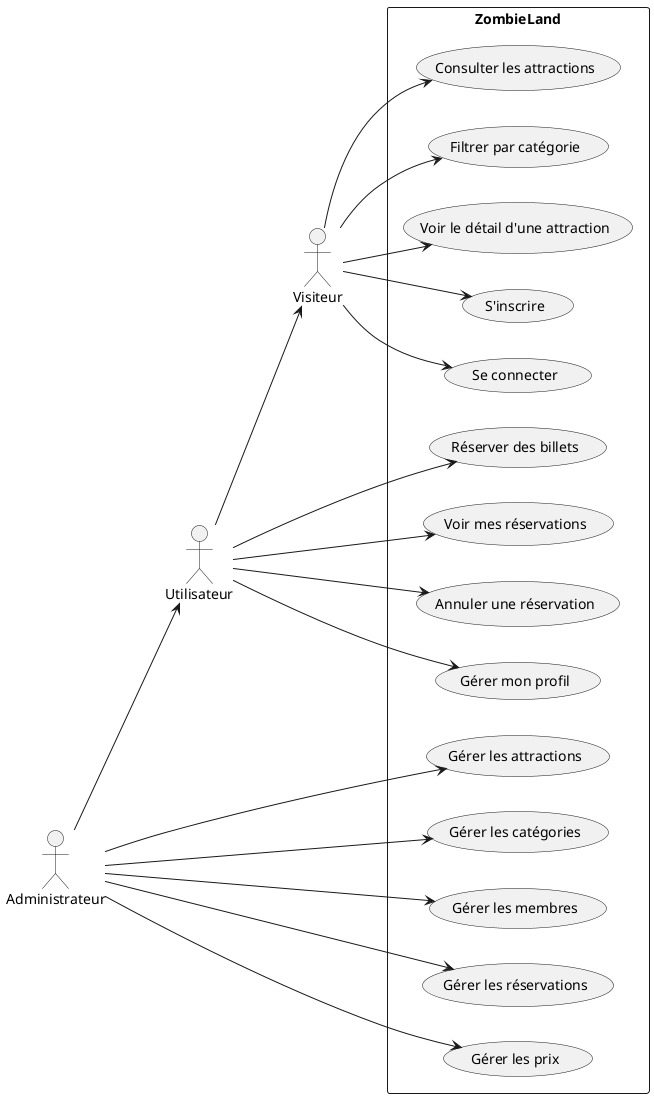
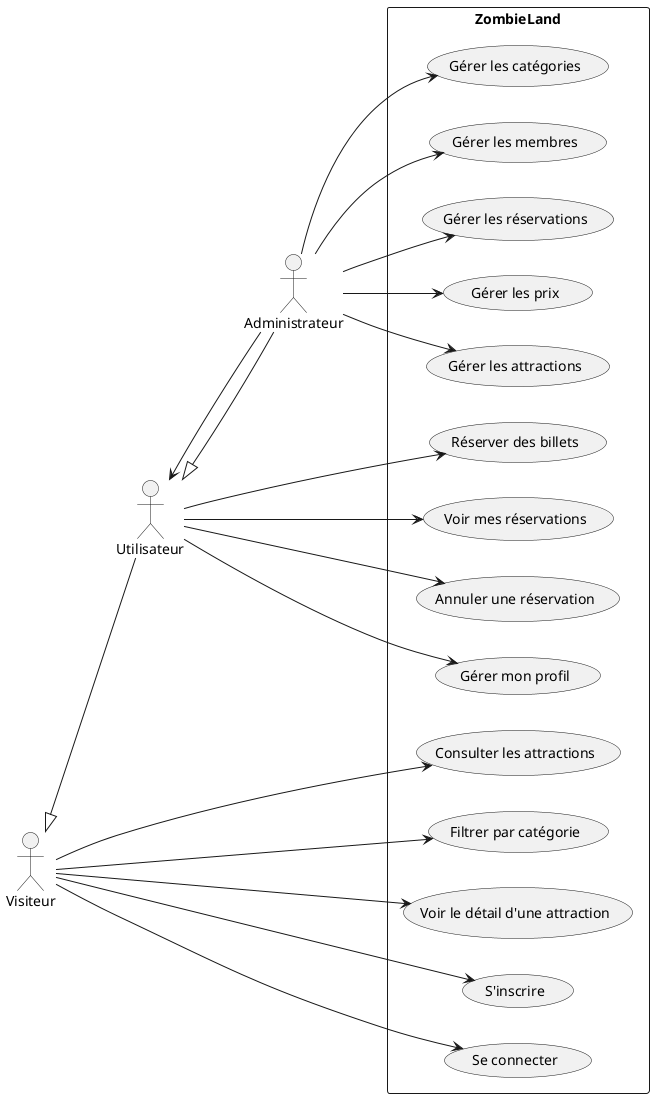
@startuml use_cases_zombieland

left to right direction

actor "Visiteur" as visitor
actor "Utilisateur" as user
actor "Administrateur" as admin
+ 
+ visitor <|-- user
+ user <|-- admin

rectangle ZombieLand {
  usecase "Consulter les attractions" as UC1
  usecase "Filtrer par catégorie" as UC2
  usecase "Voir le détail d'une attraction" as UC3
  usecase "S'inscrire" as UC4
  usecase "Se connecter" as UC5
  usecase "Réserver des billets" as UC6
  usecase "Voir mes réservations" as UC7
  usecase "Annuler une réservation" as UC8
  usecase "Gérer mon profil" as UC9
  usecase "Gérer les attractions" as UC10
  usecase "Gérer les catégories" as UC11
  usecase "Gérer les membres" as UC12
  usecase "Gérer les réservations" as UC13
  usecase "Gérer les prix" as UC14
}

visitor --> UC1
visitor --> UC2
visitor --> UC3
visitor --> UC4
visitor --> UC5

- user --> visitor

user --> UC6
user --> UC7
user --> UC8
user --> UC9

admin --> user

admin --> UC10
admin --> UC11
admin --> UC12
admin --> UC13
admin --> UC14




@enduml